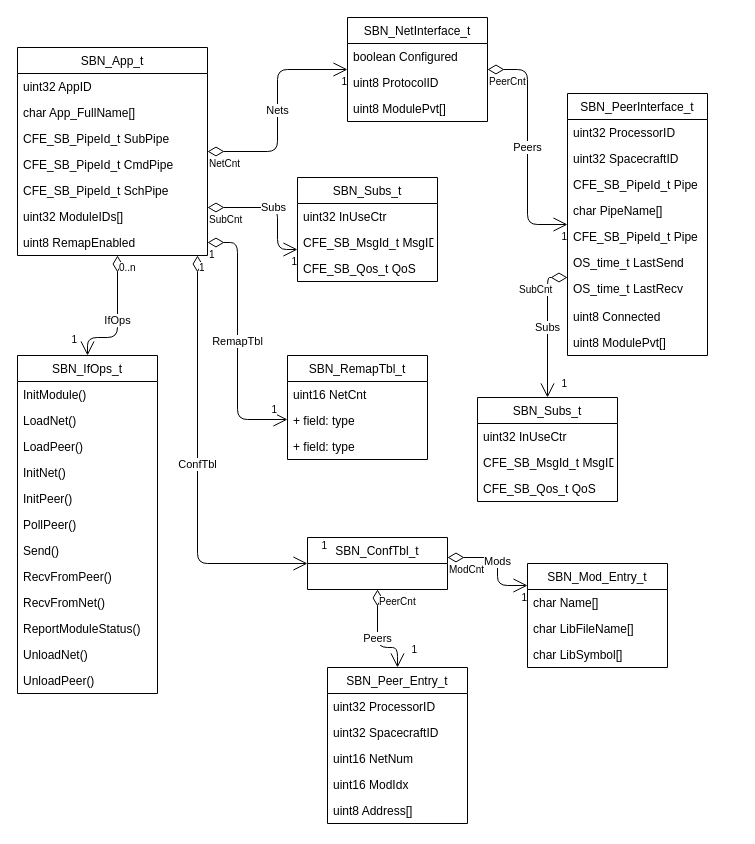
nasa/SBN keeps this draw.io diagram as page "SBN" (1 of 2) of doc/draw.io/SBN_Class.drawio. Above is the earlier version. Source tidied: cells renumbered, new cells numbered last; positions are measured from the earlier drawing's top-left corner, leaving out a move shared by most shapes. Both pictures are drawn from the tidied source at 100%, with x=0, y=0 at pixel (17, 17).
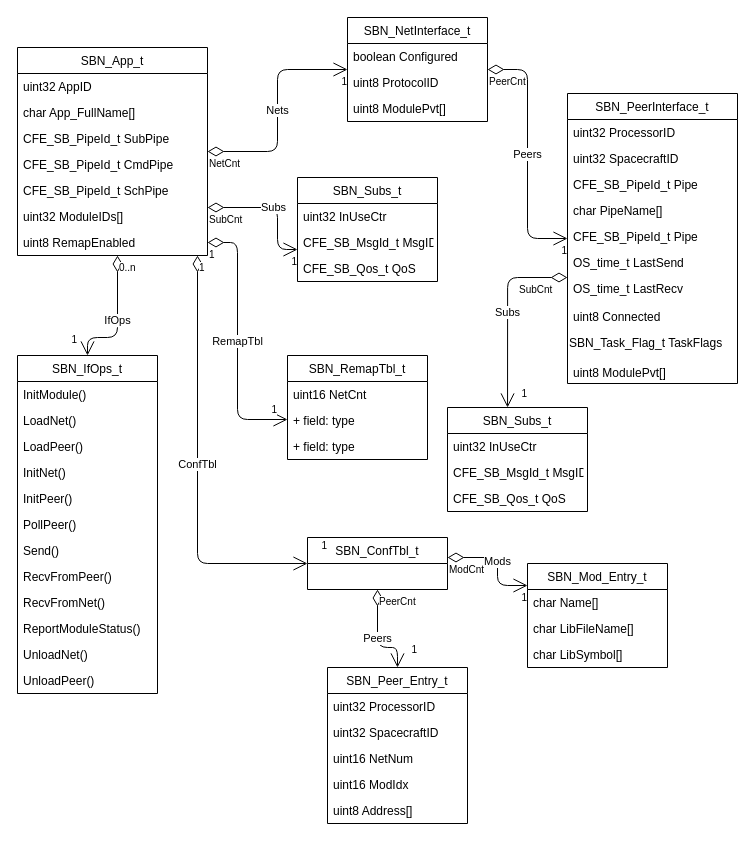
After the change.

The edit, as a diff of the source:
```diff
@@
     <mxCell id="67" value="SBN_PeerInterface_t" style="swimlane;fontStyle=0;horizontal=1;startSize=26;fillColor=none;" parent="1" vertex="1">
-      <mxGeometry x="550" y="76" width="140" height="262" as="geometry" />
+      <mxGeometry x="550" y="76" width="170" height="290" as="geometry" />
     </mxCell>
     <mxCell id="68" value="uint32 ProcessorID" style="text;strokeColor=none;fillColor=none;align=left;verticalAlign=top;spacingLeft=4;spacingRight=4;overflow=hidden;" parent="67" vertex="1">
-      <mxGeometry y="26" width="140" height="26" as="geometry" />
+      <mxGeometry y="26" width="170" height="26" as="geometry" />
     </mxCell>
     <mxCell id="69" value="uint32 SpacecraftID" style="text;strokeColor=none;fillColor=none;align=left;verticalAlign=top;spacingLeft=4;spacingRight=4;overflow=hidden;" parent="67" vertex="1">
-      <mxGeometry y="52" width="140" height="26" as="geometry" />
+      <mxGeometry y="52" width="170" height="26" as="geometry" />
     </mxCell>
     <mxCell id="70" value="CFE_SB_PipeId_t Pipe" style="text;strokeColor=none;fillColor=none;align=left;verticalAlign=top;spacingLeft=4;spacingRight=4;overflow=hidden;" parent="67" vertex="1">
-      <mxGeometry y="78" width="140" height="26" as="geometry" />
+      <mxGeometry y="78" width="170" height="26" as="geometry" />
     </mxCell>
     <mxCell id="71" value="char PipeName[]" style="text;strokeColor=none;fillColor=none;align=left;verticalAlign=top;spacingLeft=4;spacingRight=4;overflow=hidden;" parent="67" vertex="1">
-      <mxGeometry y="104" width="140" height="26" as="geometry" />
+      <mxGeometry y="104" width="170" height="26" as="geometry" />
     </mxCell>
     <mxCell id="72" value="CFE_SB_PipeId_t Pipe" style="text;strokeColor=none;fillColor=none;align=left;verticalAlign=top;spacingLeft=4;spacingRight=4;overflow=hidden;" parent="67" vertex="1">
-      <mxGeometry y="130" width="140" height="26" as="geometry" />
+      <mxGeometry y="130" width="170" height="26" as="geometry" />
     </mxCell>
     <mxCell id="73" value="OS_time_t LastSend" style="text;strokeColor=none;fillColor=none;align=left;verticalAlign=top;spacingLeft=4;spacingRight=4;overflow=hidden;" parent="67" vertex="1">
-      <mxGeometry y="156" width="140" height="26" as="geometry" />
+      <mxGeometry y="156" width="170" height="26" as="geometry" />
     </mxCell>
     <mxCell id="74" value="OS_time_t LastRecv" style="text;strokeColor=none;fillColor=none;align=left;verticalAlign=top;spacingLeft=4;spacingRight=4;overflow=hidden;" parent="67" vertex="1">
-      <mxGeometry y="182" width="140" height="28" as="geometry" />
+      <mxGeometry y="182" width="170" height="28" as="geometry" />
     </mxCell>
     <mxCell id="75" value="uint8 Connected" style="text;strokeColor=none;fillColor=none;align=left;verticalAlign=top;spacingLeft=4;spacingRight=4;overflow=hidden;" parent="67" vertex="1">
-      <mxGeometry y="210" width="140" height="26" as="geometry" />
+      <mxGeometry y="210" width="170" height="26" as="geometry" />
     </mxCell>
+    <mxCell id="87" value="SBN_Task_Flag_t TaskFlags" style="text;whiteSpace=wrap;html=1;" parent="67" vertex="1">
+      <mxGeometry y="236" width="170" height="30" as="geometry" />
+    </mxCell>
     <mxCell id="76" value="uint8 ModulePvt[]" style="text;strokeColor=none;fillColor=none;align=left;verticalAlign=top;spacingLeft=4;spacingRight=4;overflow=hidden;" parent="67" vertex="1">
-      <mxGeometry y="236" width="140" height="26" as="geometry" />
+      <mxGeometry y="266" width="170" height="24" as="geometry" />
     </mxCell>
@@
+    <mxCell id="84" value="Subs" style="endArrow=open;html=1;endSize=12;startArrow=diamondThin;startSize=14;startFill=0;edgeStyle=orthogonalEdgeStyle;entryX=0.429;entryY=0;entryDx=0;entryDy=0;entryPerimeter=0;" parent="1" edge="1" source="67" target="80">
+      <mxGeometry relative="1" as="geometry">
+        <Array as="points">
+          <mxPoint x="490" y="260" />
+        </Array>
+      </mxGeometry>
+    </mxCell>
+    <mxCell id="85" value="SubCnt" style="html=1;align=left;verticalAlign=top;labelBackgroundColor=#ffffff;fontSize=10;" parent="84" vertex="1">
+      <mxGeometry x="-1" relative="1" as="geometry">
+        <mxPoint x="-50" as="offset" />
+      </mxGeometry>
+    </mxCell>
+    <mxCell id="86" value="1" style="html=1;align=right;verticalAlign=top;labelBackgroundColor=#ffffff;fontSize=10;" parent="84" vertex="1">
+      <mxGeometry x="1" relative="1" as="geometry">
+        <mxPoint x="20" y="-26" as="offset" />
+      </mxGeometry>
+    </mxCell>
     <mxCell id="80" value="SBN_Subs_t" style="swimlane;fontStyle=0;horizontal=1;startSize=26;fillColor=none;" parent="1" vertex="1">
-      <mxGeometry x="460" y="380" width="140" height="104" as="geometry" />
+      <mxGeometry x="430" y="390" width="140" height="104" as="geometry" />
     </mxCell>
@@
-    <mxCell id="84" value="Subs" style="endArrow=open;html=1;endSize=12;startArrow=diamondThin;startSize=14;startFill=0;edgeStyle=orthogonalEdgeStyle;" parent="1" edge="1" source="67" target="80">
-      <mxGeometry relative="1" as="geometry">
-        <Array as="points">
-          <mxPoint x="530" y="260" />
-        </Array>
-      </mxGeometry>
-    </mxCell>
-    <mxCell id="85" value="SubCnt" style="html=1;align=left;verticalAlign=top;labelBackgroundColor=#ffffff;fontSize=10;" parent="84" vertex="1">
-      <mxGeometry x="-1" relative="1" as="geometry">
-        <mxPoint x="-50" as="offset" />
-      </mxGeometry>
-    </mxCell>
-    <mxCell id="86" value="1" style="html=1;align=right;verticalAlign=top;labelBackgroundColor=#ffffff;fontSize=10;" parent="84" vertex="1">
-      <mxGeometry x="1" relative="1" as="geometry">
-        <mxPoint x="20" y="-26" as="offset" />
-      </mxGeometry>
-    </mxCell>
```
